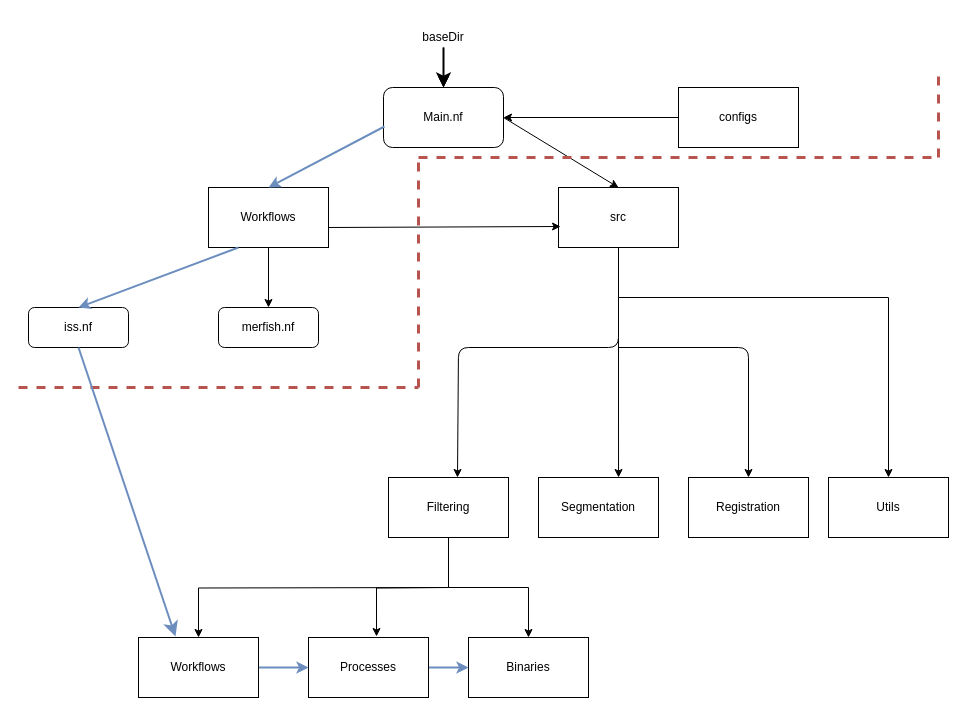
Before: assets/pipeline_architecture.drawio in sifrimlab/ST-nextflow-pipeline, a draw.io diagram. Source tidied: cells renumbered, new cells numbered last; positions are measured from the earlier drawing's top-left corner, leaving out a move shared by most shapes. Both pictures are drawn from the tidied source at 100%, with x=0, y=0 at pixel (18, 27).
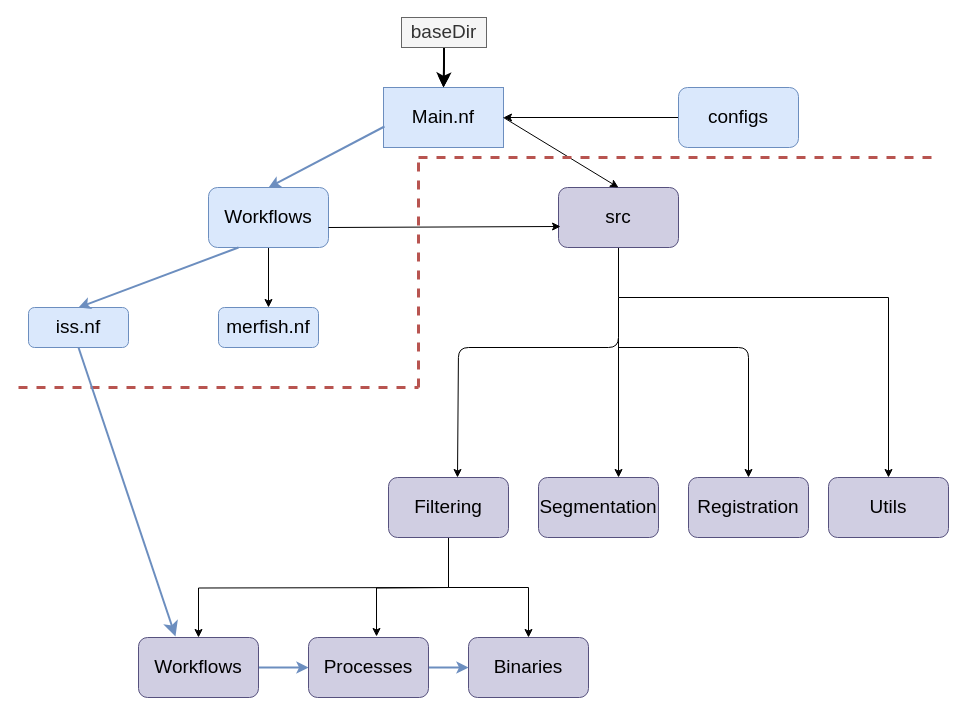
The same page after the edit.

Diff of the diagram source:
```diff
@@
-    <mxCell id="3" value="Workflows" style="rounded=0;whiteSpace=wrap;html=1;" parent="1" vertex="1">
+    <mxCell id="3" value="Workflows" style="rounded=1;whiteSpace=wrap;html=1;fontSize=19;fillColor=#dae8fc;strokeColor=#6c8ebf;" parent="1" vertex="1">
       <mxGeometry x="190" y="160" width="120" height="60" as="geometry" />
     </mxCell>
@@
-    <mxCell id="5" value="src" style="rounded=0;whiteSpace=wrap;html=1;" parent="1" vertex="1">
+    <mxCell id="5" value="src" style="rounded=1;whiteSpace=wrap;html=1;fontSize=19;fillColor=#d0cee2;strokeColor=#56517e;" parent="1" vertex="1">
       <mxGeometry x="540" y="160" width="120" height="60" as="geometry" />
     </mxCell>
-    <mxCell id="6" value="Main.nf" style="rounded=1;whiteSpace=wrap;html=1;" parent="1" vertex="1">
+    <mxCell id="6" value="Main.nf" style="rounded=0;whiteSpace=wrap;html=1;fontSize=19;fillColor=#dae8fc;strokeColor=#6c8ebf;" parent="1" vertex="1">
       <mxGeometry x="365" y="60" width="120" height="60" as="geometry" />
     </mxCell>
-    <mxCell id="7" value="iss.nf" style="rounded=1;whiteSpace=wrap;html=1;" parent="1" vertex="1">
+    <mxCell id="7" value="iss.nf" style="rounded=1;whiteSpace=wrap;html=1;fontSize=19;fillColor=#dae8fc;strokeColor=#6c8ebf;" parent="1" vertex="1">
       <mxGeometry x="10" y="280" width="100" height="40" as="geometry" />
     </mxCell>
-    <mxCell id="8" value="merfish.nf" style="rounded=1;whiteSpace=wrap;html=1;" parent="1" vertex="1">
+    <mxCell id="8" value="merfish.nf" style="rounded=1;whiteSpace=wrap;html=1;fontSize=19;fillColor=#dae8fc;strokeColor=#6c8ebf;" parent="1" vertex="1">
       <mxGeometry x="200" y="280" width="100" height="40" as="geometry" />
     </mxCell>
@@
-    <mxCell id="13" value="Utils" style="rounded=0;whiteSpace=wrap;html=1;" parent="1" vertex="1">
+    <mxCell id="13" value="Utils" style="rounded=1;whiteSpace=wrap;html=1;fontSize=19;fillColor=#d0cee2;strokeColor=#56517e;" parent="1" vertex="1">
       <mxGeometry x="810" y="450" width="120" height="60" as="geometry" />
     </mxCell>
-    <mxCell id="14" value="Segmentation" style="rounded=0;whiteSpace=wrap;html=1;" parent="1" vertex="1">
+    <mxCell id="14" value="Segmentation" style="rounded=1;whiteSpace=wrap;html=1;fontSize=19;fillColor=#d0cee2;strokeColor=#56517e;" parent="1" vertex="1">
       <mxGeometry x="520" y="450" width="120" height="60" as="geometry" />
     </mxCell>
@@
-    <mxCell id="16" value="Filtering" style="rounded=0;whiteSpace=wrap;html=1;" parent="1" vertex="1">
+    <mxCell id="16" value="Filtering" style="rounded=1;whiteSpace=wrap;html=1;fontSize=19;fillColor=#d0cee2;strokeColor=#56517e;" parent="1" vertex="1">
       <mxGeometry x="370" y="450" width="120" height="60" as="geometry" />
     </mxCell>
-    <mxCell id="17" value="Registration" style="rounded=0;whiteSpace=wrap;html=1;" parent="1" vertex="1">
+    <mxCell id="17" value="Registration" style="rounded=1;whiteSpace=wrap;html=1;fontSize=19;fillColor=#d0cee2;strokeColor=#56517e;" parent="1" vertex="1">
       <mxGeometry x="670" y="450" width="120" height="60" as="geometry" />
     </mxCell>
@@
-    <mxCell id="21" value="Binaries" style="rounded=0;whiteSpace=wrap;html=1;" parent="1" vertex="1">
+    <mxCell id="21" value="Binaries" style="rounded=1;whiteSpace=wrap;html=1;fontSize=19;fillColor=#d0cee2;strokeColor=#56517e;" parent="1" vertex="1">
       <mxGeometry x="450" y="610" width="120" height="60" as="geometry" />
     </mxCell>
@@
-    <mxCell id="23" value="Workflows" style="rounded=0;whiteSpace=wrap;html=1;" parent="1" vertex="1">
+    <mxCell id="23" value="Workflows" style="rounded=1;whiteSpace=wrap;html=1;fontSize=19;fillColor=#d0cee2;strokeColor=#56517e;" parent="1" vertex="1">
       <mxGeometry x="120" y="610" width="120" height="60" as="geometry" />
     </mxCell>
@@
-    <mxCell id="25" value="Processes" style="whiteSpace=wrap;html=1;rounded=0;" parent="1" vertex="1">
+    <mxCell id="25" value="Processes" style="whiteSpace=wrap;html=1;rounded=1;fontSize=19;fillColor=#d0cee2;strokeColor=#56517e;" parent="1" vertex="1">
       <mxGeometry x="290" y="610" width="120" height="60" as="geometry" />
     </mxCell>
@@
-    <mxCell id="29" value="configs" style="rounded=0;whiteSpace=wrap;html=1;" parent="1" vertex="1">
+    <mxCell id="29" value="configs" style="rounded=1;whiteSpace=wrap;html=1;fontSize=19;fillColor=#dae8fc;strokeColor=#6c8ebf;" parent="1" vertex="1">
       <mxGeometry x="660" y="60" width="120" height="60" as="geometry" />
     </mxCell>
@@
-    <mxCell id="33" style="endArrow=none;dashed=1;html=1;strokeWidth=3;fillColor=#f8cecc;strokeColor=#b85450;" parent="1" edge="1">
-      <mxGeometry relative="1" as="geometry">
-        <mxPoint x="920" y="130" as="sourcePoint" />
-        <mxPoint x="920" y="40" as="targetPoint" />
-      </mxGeometry>
-    </mxCell>
@@
-    <mxCell id="37" value="baseDir" style="text;html=1;strokeColor=none;fillColor=none;align=center;verticalAlign=middle;whiteSpace=wrap;rounded=0;" parent="1" vertex="1">
-      <mxGeometry x="405" width="40" height="20" as="geometry" />
+    <mxCell id="37" value="baseDir" style="text;html=1;strokeColor=#666666;fillColor=#f5f5f5;align=center;verticalAlign=middle;whiteSpace=wrap;rounded=0;fontColor=#333333;fontSize=19;" parent="1" vertex="1">
+      <mxGeometry x="383" y="-10" width="85" height="30" as="geometry" />
     </mxCell>
```
